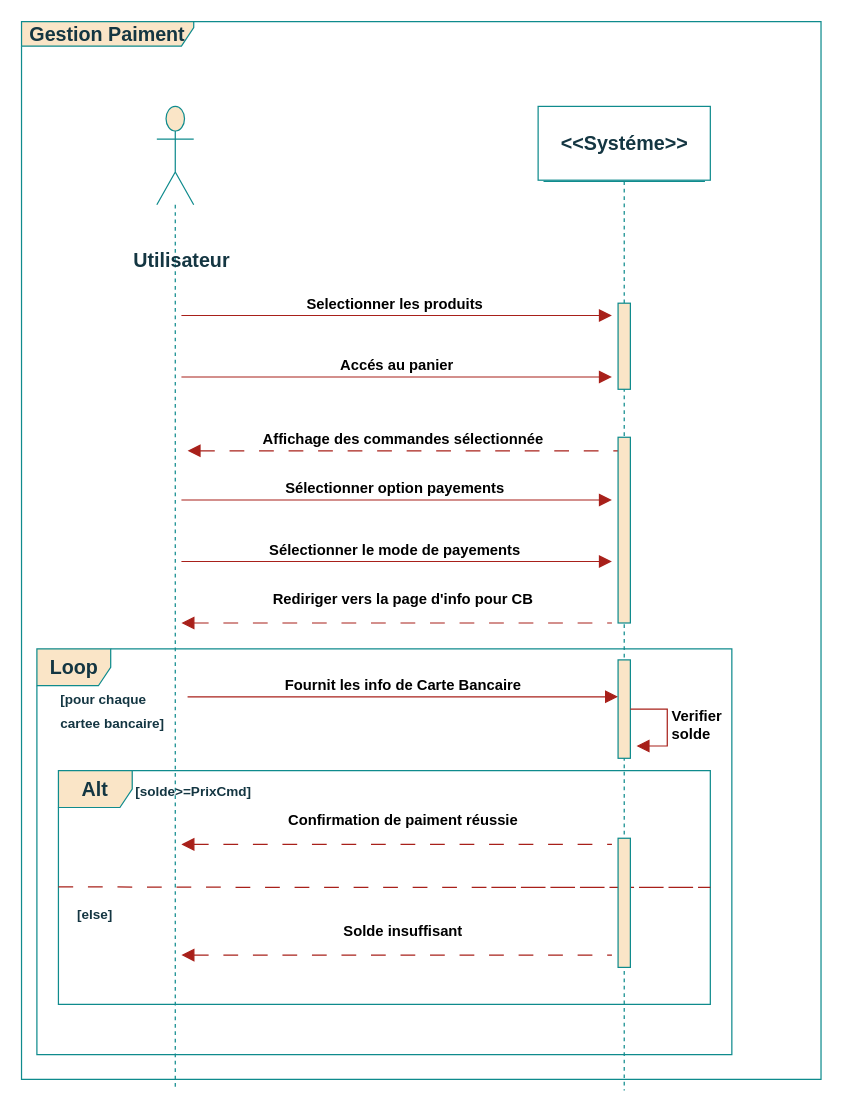
Earlier version of the draw.io diagram page "Page-2" (2 of 3) of Untitled Diagram.drawio (hananemazyan/DIAGRAMS). Source tidied: cells renumbered, new cells numbered last; positions are measured from the earlier drawing's top-left corner, leaving out a move shared by most shapes. Both pictures are drawn from the tidied source at 123%, with x=0, y=0 at pixel (21, 21).
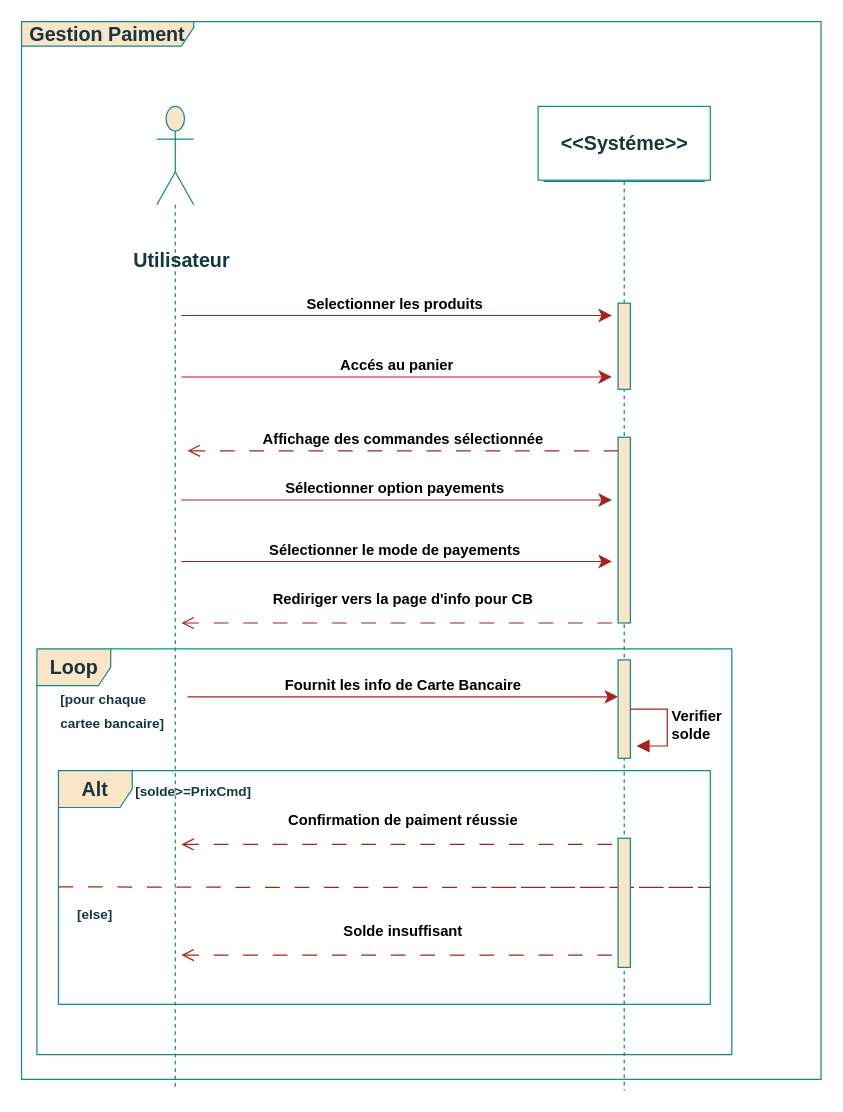
The same page after the edit.

Change to the diagram source:
```diff
@@
-    <mxCell id="9" value="&lt;b&gt;Selectionner les produits&amp;nbsp;&lt;/b&gt;" style="html=1;verticalAlign=bottom;endArrow=block;curved=0;rounded=0;strokeColor=#A8201A;fontSize=12;fontColor=default;startSize=8;endSize=8;edgeStyle=none;labelBackgroundColor=none;" parent="1" edge="1">
+    <mxCell id="9" value="&lt;b&gt;Selectionner les produits&amp;nbsp;&lt;/b&gt;" style="html=1;verticalAlign=bottom;endArrow=classic;curved=0;rounded=0;strokeColor=#A8201A;fontSize=12;fontColor=default;startSize=8;endSize=8;edgeStyle=none;labelBackgroundColor=none;endFill=1;" parent="1" edge="1">
       <mxGeometry relative="1" as="geometry">
         <mxPoint x="130" y="239" as="sourcePoint" />
         <mxPoint x="480" y="239" as="targetPoint" />
       </mxGeometry>
     </mxCell>
-    <mxCell id="10" value="&lt;b&gt;Accés au panier&lt;/b&gt;" style="html=1;verticalAlign=bottom;endArrow=block;curved=0;rounded=0;strokeColor=#A8201A;fontSize=12;fontColor=default;startSize=8;endSize=8;edgeStyle=none;labelBackgroundColor=none;" parent="1" edge="1">
+    <mxCell id="10" value="&lt;b&gt;Accés au panier&lt;/b&gt;" style="html=1;verticalAlign=bottom;endArrow=classic;curved=0;rounded=0;strokeColor=#A8201A;fontSize=12;fontColor=default;startSize=8;endSize=8;edgeStyle=none;labelBackgroundColor=none;endFill=1;" parent="1" edge="1">
       <mxGeometry relative="1" as="geometry">
         <mxPoint x="130" y="289" as="sourcePoint" />
         <mxPoint x="480" y="289" as="targetPoint" />
       </mxGeometry>
     </mxCell>
@@
-    <mxCell id="12" value="&lt;b&gt;Affichage des commandes sélectionnée&lt;/b&gt;" style="html=1;verticalAlign=bottom;endArrow=none;curved=0;rounded=0;strokeColor=#A8201A;fontSize=12;fontColor=default;startSize=8;endSize=8;edgeStyle=none;dashed=1;dashPattern=12 12;endFill=0;startArrow=block;startFill=1;labelBackgroundColor=none;" parent="1" edge="1">
+    <mxCell id="12" value="&lt;b&gt;Affichage des commandes sélectionnée&lt;/b&gt;" style="html=1;verticalAlign=bottom;endArrow=none;curved=0;rounded=0;strokeColor=#A8201A;fontSize=12;fontColor=default;startSize=8;endSize=8;edgeStyle=none;dashed=1;dashPattern=12 12;endFill=0;startArrow=open;startFill=0;labelBackgroundColor=none;" parent="1" edge="1">
       <mxGeometry relative="1" as="geometry">
         <mxPoint x="135" y="349" as="sourcePoint" />
         <mxPoint x="485" y="349" as="targetPoint" />
       </mxGeometry>
     </mxCell>
-    <mxCell id="13" value="&lt;b&gt;Sélectionner option payements&amp;nbsp;&lt;/b&gt;" style="html=1;verticalAlign=bottom;endArrow=block;curved=0;rounded=0;strokeColor=#A8201A;fontSize=12;fontColor=default;startSize=8;endSize=8;edgeStyle=none;labelBackgroundColor=none;" parent="1" edge="1">
+    <mxCell id="13" value="&lt;b&gt;Sélectionner option payements&amp;nbsp;&lt;/b&gt;" style="html=1;verticalAlign=bottom;endArrow=classic;curved=0;rounded=0;strokeColor=#A8201A;fontSize=12;fontColor=default;startSize=8;endSize=8;edgeStyle=none;labelBackgroundColor=none;endFill=1;" parent="1" edge="1">
       <mxGeometry relative="1" as="geometry">
         <mxPoint x="130" y="389" as="sourcePoint" />
         <mxPoint x="480" y="389" as="targetPoint" />
       </mxGeometry>
     </mxCell>
-    <mxCell id="14" value="&lt;b&gt;Sélectionner le mode de payements&amp;nbsp;&lt;/b&gt;" style="html=1;verticalAlign=bottom;endArrow=block;curved=0;rounded=0;strokeColor=#A8201A;fontSize=12;fontColor=default;startSize=8;endSize=8;edgeStyle=none;labelBackgroundColor=none;" parent="1" edge="1">
+    <mxCell id="14" value="&lt;b&gt;Sélectionner le mode de payements&amp;nbsp;&lt;/b&gt;" style="html=1;verticalAlign=bottom;endArrow=classic;curved=0;rounded=0;strokeColor=#A8201A;fontSize=12;fontColor=default;startSize=8;endSize=8;edgeStyle=none;labelBackgroundColor=none;endFill=1;" parent="1" edge="1">
       <mxGeometry relative="1" as="geometry">
         <mxPoint x="130" y="439" as="sourcePoint" />
         <mxPoint x="480" y="439" as="targetPoint" />
       </mxGeometry>
     </mxCell>
@@
-    <mxCell id="16" value="&lt;b&gt;Rediriger vers la page d'info pour CB&lt;/b&gt;" style="html=1;verticalAlign=bottom;endArrow=none;curved=0;rounded=0;strokeColor=#A8201A;fontSize=12;fontColor=default;startSize=8;endSize=8;edgeStyle=none;dashed=1;dashPattern=12 12;endFill=0;startArrow=block;startFill=1;labelBackgroundColor=none;" parent="1" edge="1">
+    <mxCell id="16" value="&lt;b&gt;Rediriger vers la page d'info pour CB&lt;/b&gt;" style="html=1;verticalAlign=bottom;endArrow=none;curved=0;rounded=0;strokeColor=#A8201A;fontSize=12;fontColor=default;startSize=8;endSize=8;edgeStyle=none;dashed=1;dashPattern=12 12;endFill=0;startArrow=open;startFill=0;labelBackgroundColor=none;" parent="1" edge="1">
       <mxGeometry x="0.03" y="10" relative="1" as="geometry">
         <mxPoint x="130" y="489" as="sourcePoint" />
         <mxPoint x="480" y="489" as="targetPoint" />
       </mxGeometry>
     </mxCell>
-    <mxCell id="17" value="&lt;b&gt;Fournit les info de Carte Bancaire&lt;/b&gt;" style="html=1;verticalAlign=bottom;endArrow=block;curved=0;rounded=0;strokeColor=#A8201A;fontSize=12;fontColor=default;startSize=8;endSize=8;edgeStyle=none;labelBackgroundColor=none;" parent="1" edge="1">
+    <mxCell id="17" value="&lt;b&gt;Fournit les info de Carte Bancaire&lt;/b&gt;" style="html=1;verticalAlign=bottom;endArrow=classic;curved=0;rounded=0;strokeColor=#A8201A;fontSize=12;fontColor=default;startSize=8;endSize=8;edgeStyle=none;labelBackgroundColor=none;endFill=1;" parent="1" edge="1">
       <mxGeometry relative="1" as="geometry">
         <mxPoint x="135" y="549" as="sourcePoint" />
         <mxPoint x="485" y="549" as="targetPoint" />
       </mxGeometry>
     </mxCell>
@@
-    <mxCell id="23" value="&lt;b&gt;Confirmation de paiment réussie&lt;/b&gt;" style="html=1;verticalAlign=bottom;endArrow=none;curved=0;rounded=0;strokeColor=#A8201A;fontSize=12;fontColor=default;startSize=8;endSize=8;edgeStyle=none;dashed=1;dashPattern=12 12;endFill=0;startArrow=block;startFill=1;labelBackgroundColor=none;" parent="1" edge="1">
+    <mxCell id="23" value="&lt;b&gt;Confirmation de paiment réussie&lt;/b&gt;" style="html=1;verticalAlign=bottom;endArrow=none;curved=0;rounded=0;strokeColor=#A8201A;fontSize=12;fontColor=default;startSize=8;endSize=8;edgeStyle=none;dashed=1;dashPattern=12 12;endFill=0;startArrow=open;startFill=0;labelBackgroundColor=none;" parent="1" edge="1">
       <mxGeometry x="0.03" y="10" relative="1" as="geometry">
         <mxPoint x="130" y="669" as="sourcePoint" />
         <mxPoint x="480" y="669" as="targetPoint" />
       </mxGeometry>
     </mxCell>
-    <mxCell id="24" value="&lt;b&gt;Solde insuffisant&lt;/b&gt;" style="html=1;verticalAlign=bottom;endArrow=none;curved=0;rounded=0;strokeColor=#A8201A;fontSize=12;fontColor=default;startSize=8;endSize=8;edgeStyle=none;dashed=1;dashPattern=12 12;endFill=0;startArrow=block;startFill=1;labelBackgroundColor=none;" parent="1" edge="1">
+    <mxCell id="24" value="&lt;b&gt;Solde insuffisant&lt;/b&gt;" style="html=1;verticalAlign=bottom;endArrow=none;curved=0;rounded=0;strokeColor=#A8201A;fontSize=12;fontColor=default;startSize=8;endSize=8;edgeStyle=none;dashed=1;dashPattern=12 12;endFill=0;startArrow=open;startFill=0;labelBackgroundColor=none;" parent="1" edge="1">
       <mxGeometry x="0.03" y="10" relative="1" as="geometry">
         <mxPoint x="130" y="759" as="sourcePoint" />
         <mxPoint x="480" y="759" as="targetPoint" />
       </mxGeometry>
     </mxCell>
```
